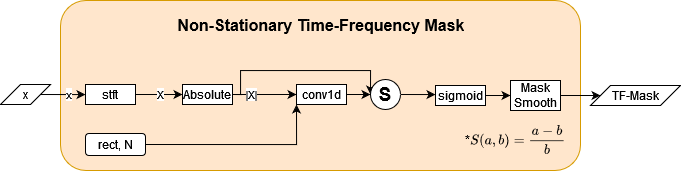
This is graphs/NonStationaryMaskScheme.png from noisereduce/TorchSpectralGating, a draw.io export, as it was before one commit. Source tidied: cells renumbered, new cells last; positions are measured from the earlier drawing's top-left corner, leaving out a move shared by most shapes.
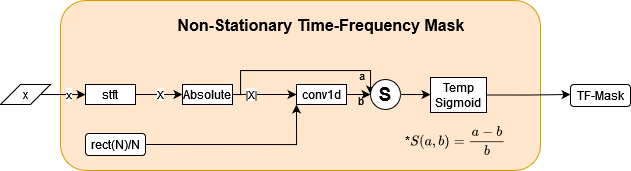
Later version of the same file.

The edit, as a diff of the source:
```diff
@@ -3,7 +3,7 @@
     <mxCell id="0" />
     <mxCell id="1" parent="0" />
     <mxCell id="2" style="rounded=1;whiteSpace=wrap;html=1;fillColor=#ffe6cc;strokeColor=#d79b00;" parent="1" vertex="1">
-      <mxGeometry x="60" width="520" height="170" as="geometry" />
+      <mxGeometry x="60" width="480" height="170" as="geometry" />
     </mxCell>
     <mxCell id="3" value="x" style="edgeStyle=orthogonalEdgeStyle;rounded=0;jettySize=auto;html=1;exitX=1;exitY=0.5;exitDx=0;exitDy=0;" parent="1" edge="1" source="4" target="6">
       <mxGeometry x="0.38" relative="1" as="geometry" />
@@ -11,16 +11,16 @@
     <mxCell id="4" value="x" style="shape=parallelogram;perimeter=parallelogramPerimeter;whiteSpace=wrap;html=1;fixedSize=1;" parent="1" vertex="1">
       <mxGeometry y="84" width="50" height="20" as="geometry" />
     </mxCell>
-    <mxCell id="5" value="X" style="edgeStyle=orthogonalEdgeStyle;rounded=0;jettySize=auto;html=1;exitX=1;exitY=0.5;exitDx=0;exitDy=0;entryX=0;entryY=0.5;entryDx=0;entryDy=0;" parent="1" edge="1" source="6" target="9">
+    <mxCell id="5" value="X" style="edgeStyle=orthogonalEdgeStyle;rounded=0;jettySize=auto;html=1;exitX=1;exitY=0.5;exitDx=0;exitDy=0;entryX=0;entryY=0.5;entryDx=0;entryDy=0;" parent="1" edge="1" source="6" target="10">
       <mxGeometry x="0.06" relative="1" as="geometry" />
     </mxCell>
     <mxCell id="6" value="stft" style="rounded=0;whiteSpace=wrap;html=1;" parent="1" vertex="1">
       <mxGeometry x="85" y="84" width="50" height="20" as="geometry" />
     </mxCell>
-    <mxCell id="7" value="|X|" style="edgeStyle=orthogonalEdgeStyle;rounded=0;jettySize=auto;html=1;exitX=1;exitY=0.5;exitDx=0;exitDy=0;entryX=0;entryY=0.5;entryDx=0;entryDy=0;" parent="1" edge="1" source="9" target="13">
+    <mxCell id="7" value="|X|" style="edgeStyle=orthogonalEdgeStyle;rounded=0;jettySize=auto;html=1;exitX=1;exitY=0.5;exitDx=0;exitDy=0;entryX=0;entryY=0.5;entryDx=0;entryDy=0;" parent="1" edge="1" source="10" target="13">
       <mxGeometry x="-0.39" relative="1" as="geometry" />
     </mxCell>
-    <mxCell id="8" style="edgeStyle=orthogonalEdgeStyle;rounded=0;jettySize=auto;html=1;exitX=1;exitY=0.5;exitDx=0;exitDy=0;entryX=0;entryY=0.5;entryDx=0;entryDy=0;" parent="1" edge="1" source="9" target="17">
+    <mxCell id="8" style="edgeStyle=orthogonalEdgeStyle;rounded=0;jettySize=auto;html=1;exitX=1;exitY=0.5;exitDx=0;exitDy=0;entryX=0;entryY=0.5;entryDx=0;entryDy=0;" parent="1" edge="1" source="10" target="17">
       <mxGeometry relative="1" as="geometry">
         <Array as="points">
           <mxPoint x="240" y="94" />
@@ -29,17 +29,19 @@
         </Array>
       </mxGeometry>
     </mxCell>
-    <mxCell id="9" value="Absolute" style="rounded=0;whiteSpace=wrap;html=1;" parent="1" vertex="1">
-      <mxGeometry x="182" y="84" width="50" height="20" as="geometry" />
+    <mxCell id="9" value="a" style="edgeLabel;html=1;align=center;verticalAlign=middle;points=[];labelBackgroundColor=none;" parent="8" vertex="1">
+      <mxGeometry x="0.72" y="-1" relative="1" as="geometry">
+        <mxPoint x="-8" y="3" as="offset" />
+      </mxGeometry>
     </mxCell>
-    <mxCell id="10" value="&lt;div style=&quot;font-size: 17px;&quot;&gt;&lt;font style=&quot;font-size: 16px;&quot;&gt;Non-Stationary Time-Frequency Mask&lt;/font&gt;&lt;/div&gt;" style="text;strokeColor=none;align=center;fillColor=none;html=1;verticalAlign=middle;whiteSpace=wrap;rounded=0;fontStyle=1;" parent="1" vertex="1">
-      <mxGeometry x="156" y="10" width="330" height="30" as="geometry" />
+    <mxCell id="10" value="Absolute" style="rounded=0;whiteSpace=wrap;html=1;" parent="1" vertex="1">
+      <mxGeometry x="182" y="84" width="50" height="20" as="geometry" />
     </mxCell>
-    <mxCell id="11" value="TF-Mask" style="shape=parallelogram;perimeter=parallelogramPerimeter;whiteSpace=wrap;html=1;fixedSize=1;" parent="1" vertex="1">
-      <mxGeometry x="590" y="85" width="90" height="20" as="geometry" />
+    <mxCell id="11" value="&lt;div style=&quot;font-size: 17px;&quot;&gt;&lt;font style=&quot;font-size: 16px;&quot;&gt;Non-Stationary Time-Frequency Mask&lt;/font&gt;&lt;/div&gt;" style="text;strokeColor=none;align=center;fillColor=none;html=1;verticalAlign=middle;whiteSpace=wrap;rounded=0;fontStyle=1;" parent="1" vertex="1">
+      <mxGeometry x="156" y="10" width="330" height="30" as="geometry" />
     </mxCell>
-    <mxCell id="12" style="edgeStyle=orthogonalEdgeStyle;rounded=0;jettySize=auto;html=1;exitX=1;exitY=0.5;exitDx=0;exitDy=0;entryX=0;entryY=0.5;entryDx=0;entryDy=0;" parent="1" edge="1" source="13" target="17">
-      <mxGeometry relative="1" as="geometry" />
+    <mxCell id="12" value="b" style="edgeStyle=orthogonalEdgeStyle;rounded=0;jettySize=auto;html=1;exitX=1;exitY=0.5;exitDx=0;exitDy=0;entryX=0;entryY=0.5;entryDx=0;entryDy=0;labelBackgroundColor=none;" parent="1" edge="1" source="13" target="17">
+      <mxGeometry x="0.17" y="-6" relative="1" as="geometry" />
     </mxCell>
     <mxCell id="13" value="conv1d" style="rounded=0;whiteSpace=wrap;html=1;" parent="1" vertex="1">
       <mxGeometry x="296" y="84" width="50" height="20" as="geometry" />
@@ -47,7 +49,7 @@
     <mxCell id="14" style="edgeStyle=orthogonalEdgeStyle;rounded=0;jettySize=auto;html=1;exitX=1;exitY=0.5;exitDx=0;exitDy=0;entryX=0;entryY=1;entryDx=0;entryDy=0;" parent="1" edge="1" source="15" target="13">
       <mxGeometry relative="1" as="geometry" />
     </mxCell>
-    <mxCell id="15" value="rect, N" style="rounded=1;whiteSpace=wrap;html=1;" parent="1" vertex="1">
+    <mxCell id="15" value="rect(N)/N" style="rounded=1;whiteSpace=wrap;html=1;" parent="1" vertex="1">
       <mxGeometry x="85" y="133" width="60" height="22" as="geometry" />
     </mxCell>
     <mxCell id="16" style="edgeStyle=orthogonalEdgeStyle;rounded=0;jettySize=auto;html=1;exitX=1;exitY=0.5;exitDx=0;exitDy=0;entryX=0;entryY=0.5;entryDx=0;entryDy=0;" parent="1" edge="1" source="17" target="19">
@@ -56,20 +58,19 @@
     <mxCell id="17" value="S" style="ellipse;whiteSpace=wrap;html=1;fontSize=19;fontStyle=1;" parent="1" vertex="1">
       <mxGeometry x="370" y="79" width="30" height="30" as="geometry" />
     </mxCell>
-    <mxCell id="18" style="edgeStyle=orthogonalEdgeStyle;rounded=0;jettySize=auto;html=1;exitX=1;exitY=0.5;exitDx=0;exitDy=0;entryX=0;entryY=0.5;entryDx=0;entryDy=0;" parent="1" edge="1" source="19" target="22">
-      <mxGeometry relative="1" as="geometry" />
+    <mxCell id="18" style="edgeStyle=orthogonalEdgeStyle;rounded=0;jettySize=auto;html=1;exitX=1;exitY=0.5;exitDx=0;exitDy=0;entryX=0;entryY=0.5;entryDx=0;entryDy=0;" parent="1" edge="1" source="19">
+      <mxGeometry relative="1" as="geometry">
+        <mxPoint x="570" y="94" as="targetPoint" />
+      </mxGeometry>
     </mxCell>
-    <mxCell id="19" value="sigmoid" style="rounded=0;whiteSpace=wrap;html=1;" parent="1" vertex="1">
-      <mxGeometry x="435" y="85" width="50" height="20" as="geometry" />
+    <mxCell id="19" value="&lt;div&gt;Temp&lt;/div&gt;&lt;div&gt;Sigmoid&lt;/div&gt;" style="rounded=0;whiteSpace=wrap;html=1;" parent="1" vertex="1">
+      <mxGeometry x="430" y="77" width="56" height="35" as="geometry" />
     </mxCell>
     <mxCell id="20" value="&lt;div&gt;*`S(a, b) = \frac{a-b}{b}`&lt;/div&gt;" style="text;html=1;spacing=5;spacingTop=-10;whiteSpace=wrap;overflow=hidden;fillColor=none;strokeColor=none;shadow=0;rounded=0;verticalAlign=middle;" parent="1" vertex="1">
-      <mxGeometry x="460" y="119" width="110" height="50" as="geometry" />
+      <mxGeometry x="400" y="120" width="110" height="50" as="geometry" />
     </mxCell>
-    <mxCell id="21" style="edgeStyle=orthogonalEdgeStyle;rounded=0;jettySize=auto;html=1;exitX=1;exitY=0.5;exitDx=0;exitDy=0;entryX=0;entryY=0.5;entryDx=0;entryDy=0;" parent="1" edge="1" source="22" target="11">
-      <mxGeometry relative="1" as="geometry" />
+    <mxCell id="21" value="TF-Mask" style="rounded=1;whiteSpace=wrap;html=1;" parent="1" vertex="1">
+      <mxGeometry x="570" y="84" width="60" height="22" as="geometry" />
     </mxCell>
-    <mxCell id="22" value="Mask Smooth" style="rounded=0;whiteSpace=wrap;html=1;" parent="1" vertex="1">
-      <mxGeometry x="510" y="80" width="50" height="30" as="geometry" />
-    </mxCell>
   </root>
 </mxGraphModel>
```
